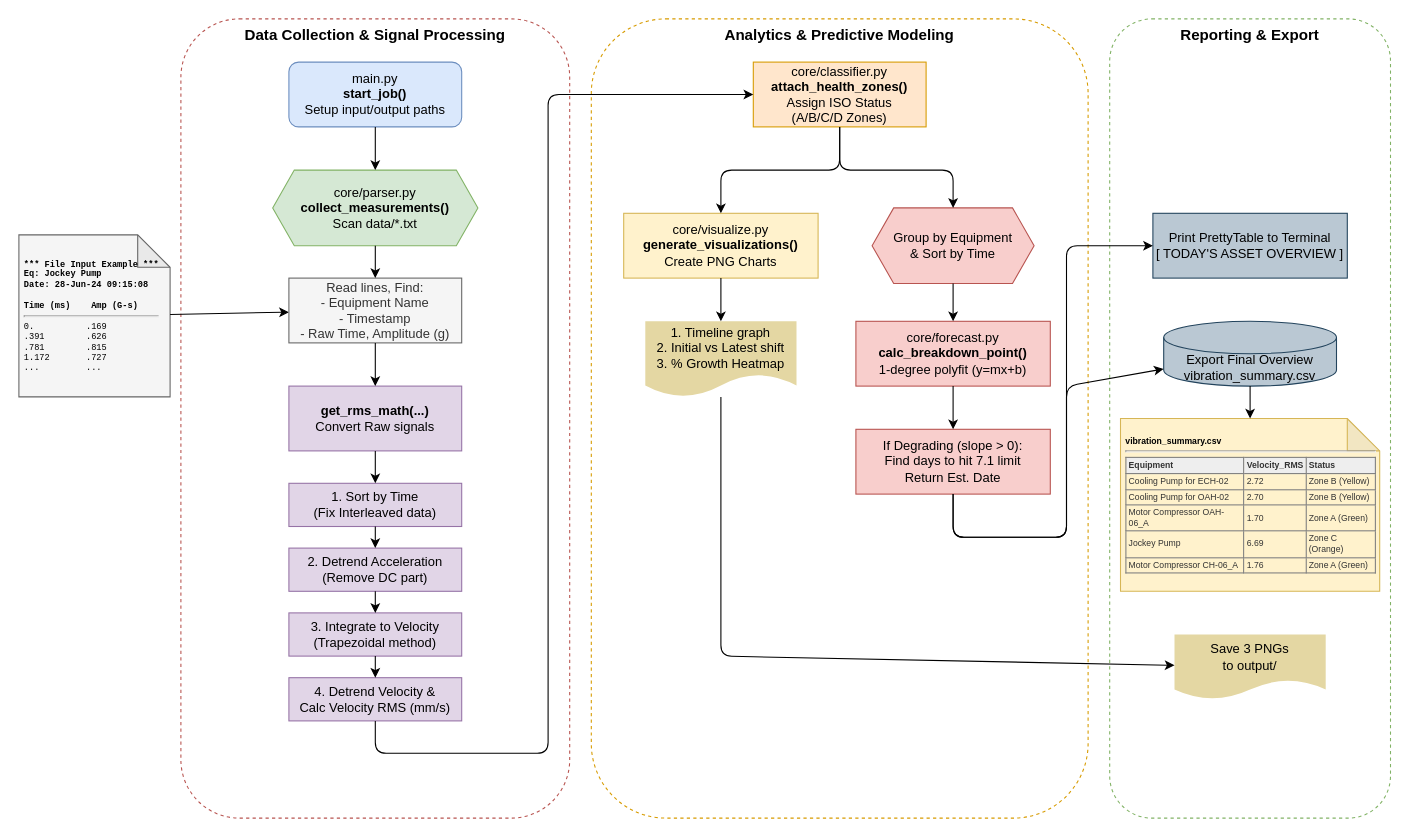
Above: app_flow.drawio in Zinevabe/machine-health-monitor (draw.io), before the change. Source tidied: cells renumbered, new cells numbered last; positions are measured from the earlier drawing's top-left corner, leaving out a move shared by most shapes. Both pictures are drawn from the tidied source at 108%, with x=0, y=0 at pixel (18, 18).
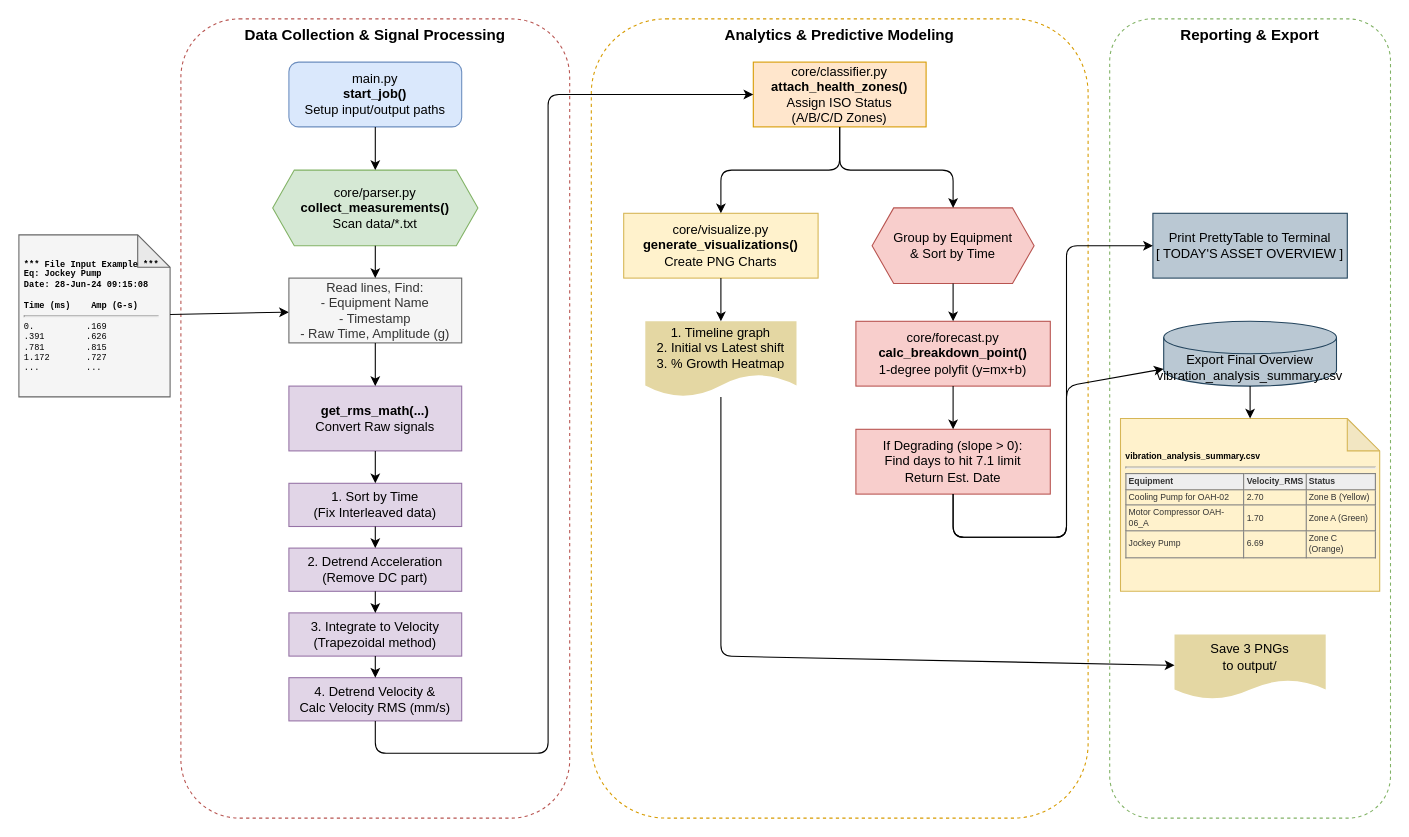
Above is the later version.

Commit message (it also covers changes not shown here):
fix(data): remove duplicated/corrupted block patterns in data logs and update flow diagrams and readme

Diff of the diagram source:
```diff
@@
-    <mxCell id="22" value="Export Final Overview&lt;br&gt;vibration_summary.csv" style="shape=cylinder3;whiteSpace=wrap;html=1;boundedLbl=1;backgroundOutline=1;size=15;fillColor=#bac8d3;strokeColor=#23445d;" parent="1" vertex="1">
+    <mxCell id="22" value="Export Final Overview&lt;br&gt;vibration_analysis_summary.csv" style="shape=cylinder3;whiteSpace=wrap;html=1;boundedLbl=1;backgroundOutline=1;size=15;fillColor=#bac8d3;strokeColor=#23445d;" parent="1" vertex="1">
       <mxGeometry x="1060" y="280" width="160" height="60" as="geometry" />
     </mxCell>
-    <mxCell id="23" value="&lt;b&gt;vibration_summary.csv&lt;/b&gt;&lt;hr&gt;&lt;table cellpadding=&quot;2&quot; cellspacing=&quot;0&quot; border=&quot;1&quot; style=&quot;width:100%;border-collapse:collapse;color:#333;&quot;&gt;&lt;tr style=&quot;background-color:#eee;&quot;&gt;&lt;th&gt;Equipment&lt;/th&gt;&lt;th&gt;Velocity_RMS&lt;/th&gt;&lt;th&gt;Status&lt;/th&gt;&lt;/tr&gt;&lt;tr&gt;&lt;td&gt;Cooling Pump for ECH-02&lt;/td&gt;&lt;td&gt;2.72&lt;/td&gt;&lt;td&gt;Zone B (Yellow)&lt;/td&gt;&lt;/tr&gt;&lt;tr&gt;&lt;td&gt;Cooling Pump for OAH-02&lt;/td&gt;&lt;td&gt;2.70&lt;/td&gt;&lt;td&gt;Zone B (Yellow)&lt;/td&gt;&lt;/tr&gt;&lt;tr&gt;&lt;td&gt;Motor Compressor OAH-06_A&lt;/td&gt;&lt;td&gt;1.70&lt;/td&gt;&lt;td&gt;Zone A (Green)&lt;/td&gt;&lt;/tr&gt;&lt;tr&gt;&lt;td&gt;Jockey Pump&lt;/td&gt;&lt;td&gt;6.69&lt;/td&gt;&lt;td&gt;Zone C (Orange)&lt;/td&gt;&lt;/tr&gt;&lt;tr&gt;&lt;td&gt;Motor Compressor CH-06_A&lt;/td&gt;&lt;td&gt;1.76&lt;/td&gt;&lt;td&gt;Zone A (Green)&lt;/td&gt;&lt;/tr&gt;&lt;/table&gt;" style="shape=note;whiteSpace=wrap;html=1;backgroundOutline=1;darkOpacity=0.05;fillColor=#fff2cc;strokeColor=#d6b656;align=left;spacing=5;fontSize=8;" parent="1" vertex="1">
+    <mxCell id="23" value="&lt;b&gt;vibration_analysis_summary.csv&lt;/b&gt;&lt;hr&gt;&lt;table cellpadding=&quot;2&quot; cellspacing=&quot;0&quot; border=&quot;1&quot; style=&quot;width:100%;border-collapse:collapse;color:#333;&quot;&gt;&lt;tr style=&quot;background-color:#eee;&quot;&gt;&lt;th&gt;Equipment&lt;/th&gt;&lt;th&gt;Velocity_RMS&lt;/th&gt;&lt;th&gt;Status&lt;/th&gt;&lt;/tr&gt;&lt;tr&gt;&lt;td&gt;Cooling Pump for OAH-02&lt;/td&gt;&lt;td&gt;2.70&lt;/td&gt;&lt;td&gt;Zone B (Yellow)&lt;/td&gt;&lt;/tr&gt;&lt;tr&gt;&lt;td&gt;Motor Compressor OAH-06_A&lt;/td&gt;&lt;td&gt;1.70&lt;/td&gt;&lt;td&gt;Zone A (Green)&lt;/td&gt;&lt;/tr&gt;&lt;tr&gt;&lt;td&gt;Jockey Pump&lt;/td&gt;&lt;td&gt;6.69&lt;/td&gt;&lt;td&gt;Zone C (Orange)&lt;/td&gt;&lt;/tr&gt;&lt;/table&gt;" style="shape=note;whiteSpace=wrap;html=1;backgroundOutline=1;darkOpacity=0.05;fillColor=#fff2cc;strokeColor=#d6b656;align=left;spacing=5;fontSize=8;" parent="1" vertex="1">
       <mxGeometry x="1020" y="370" width="240" height="160" as="geometry" />
     </mxCell>
```
